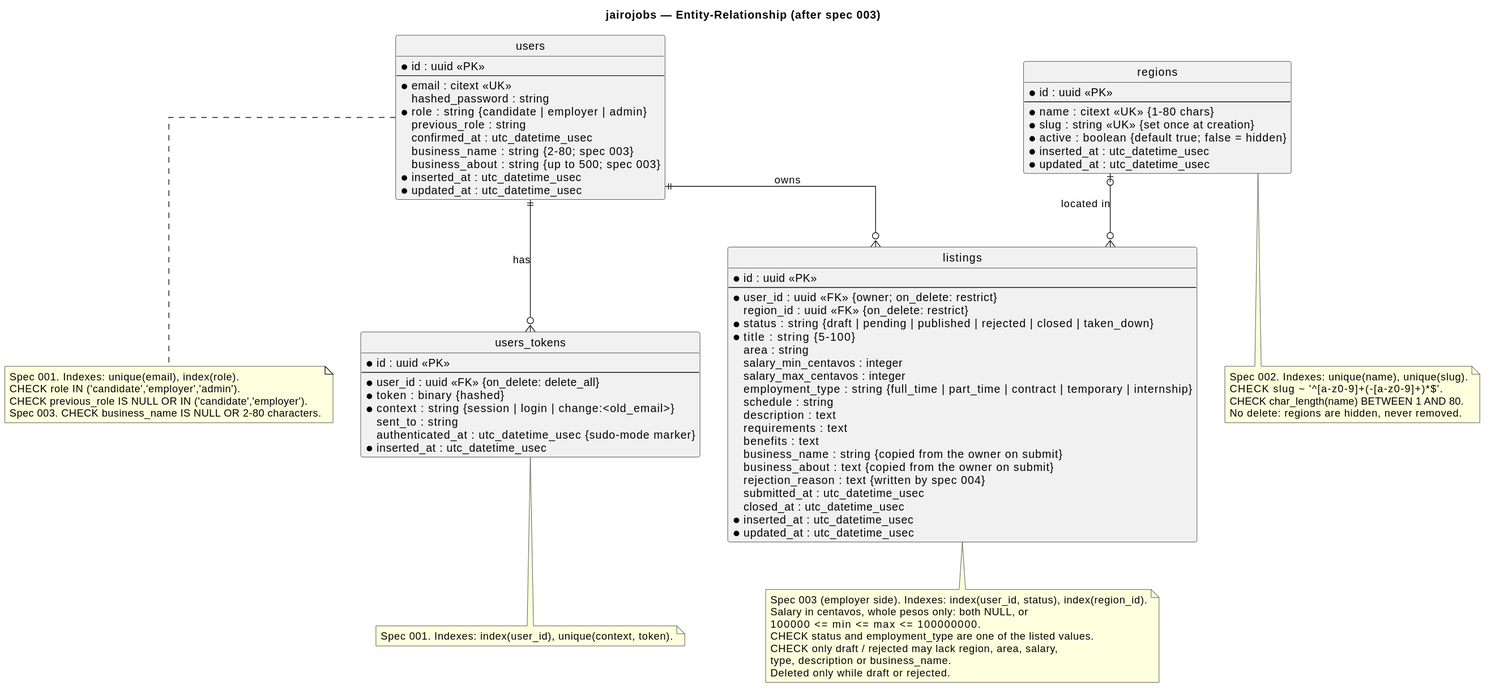
Earlier version of the PlantUML export docs/architecture/diagrams/out/erd-jairojobs.svg (raseniero/jairojobs-elixir).
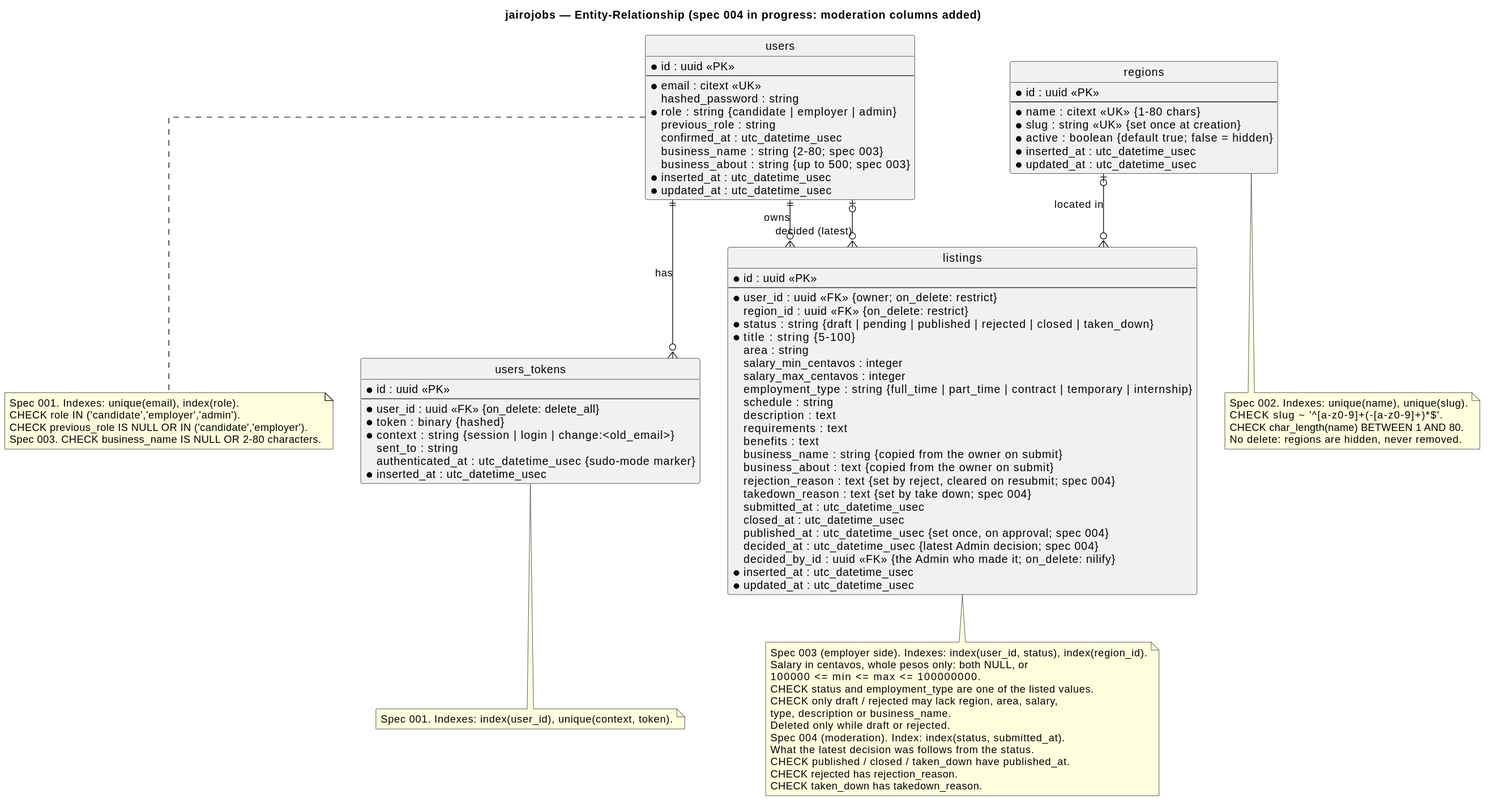
The same file after the commit.

Commit message:
feat(listings): database checks for moderation decisions (REQ-004-5, REQ-004-6, REQ-004-7)

Diff of the diagram source:
```diff
@@ -1,6 +1,6 @@
 @startuml
 
-title jairojobs — Entity-Relationship (after spec 003)
+title jairojobs — Entity-Relationship (spec 004 in progress: moderation columns added)
 
 skinparam linetype ortho
 hide circle
@@ -36,9 +36,13 @@
     benefits : text
     business_name : string  {copied from the owner on submit}
     business_about : text  {copied from the owner on submit}
-    rejection_reason : text  {written by spec 004}
+    rejection_reason : text  {set by reject, cleared on resubmit; spec 004}
+    takedown_reason : text  {set by take down; spec 004}
     submitted_at : utc_datetime_usec
     closed_at : utc_datetime_usec
+    published_at : utc_datetime_usec  {set once, on approval; spec 004}
+    decided_at : utc_datetime_usec  {latest Admin decision; spec 004}
+    decided_by_id : uuid <<FK>>  {the Admin who made it; on_delete: nilify}
   * inserted_at : utc_datetime_usec
   * updated_at : utc_datetime_usec
 }
@@ -66,6 +70,7 @@
 
 users ||--o{ users_tokens : "has"
 users ||--o{ listings : "owns"
+users |o--o{ listings : "decided (latest)"
 regions |o--o{ listings : "located in"
 
 note bottom of users
@@ -94,6 +99,11 @@
   CHECK only draft / rejected may lack region, area, salary,
   type, description or business_name.
   Deleted only while draft or rejected.
+  Spec 004 (moderation). Index: index(status, submitted_at).
+  What the latest decision was follows from the status.
+  CHECK published / closed / taken_down have published_at.
+  CHECK rejected has rejection_reason.
+  CHECK taken_down has takedown_reason.
 end note
 
 @enduml
```
